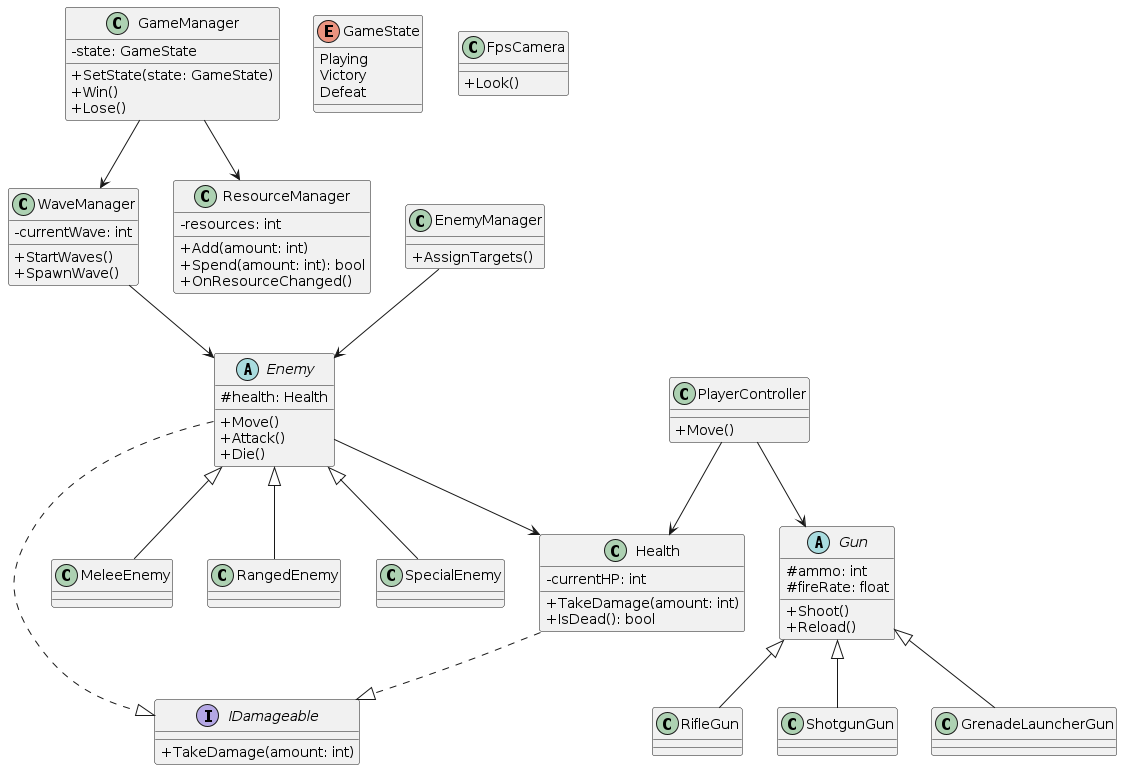
Above: docs/uml-visual/class-diagram-visual.png in Balde01/LastOutpost (PlantUML), before the change. The source it was exported from:
```plantuml
@startuml
skinparam classAttributeIconSize 0


class GameManager {
  - state: GameState
  + SetState(state: GameState)
  + Win()
  + Lose()
}

enum GameState {
  Playing
  Victory
  Defeat
}

class WaveManager {
  - currentWave: int
  + StartWaves()
  + SpawnWave()
}

class EnemyManager {
  + AssignTargets()
}

class ResourceManager {
  - resources: int
  + Add(amount: int)
  + Spend(amount: int): bool
  + OnResourceChanged()
}


class PlayerController {
  + Move()
}

class FpsCamera {
  + Look()
}

class Health {
  - currentHP: int
  + TakeDamage(amount: int)
  + IsDead(): bool
}

interface IDamageable {
  + TakeDamage(amount: int)
}


abstract class Gun {
  # ammo: int
  # fireRate: float
  + Shoot()
  + Reload()
}

class RifleGun
class ShotgunGun
class GrenadeLauncherGun

Gun <|-- RifleGun
Gun <|-- ShotgunGun
Gun <|-- GrenadeLauncherGun


abstract class Enemy {
  # health: Health
  + Move()
  + Attack()
  + Die()
}

class MeleeEnemy
class RangedEnemy
class SpecialEnemy

Enemy <|-- MeleeEnemy
Enemy <|-- RangedEnemy
Enemy <|-- SpecialEnemy

Enemy ..|> IDamageable
Health ..|> IDamageable


GameManager --> WaveManager
GameManager --> ResourceManager
WaveManager --> Enemy
EnemyManager --> Enemy
PlayerController --> Gun
Enemy --> Health
PlayerController --> Health
@enduml
```
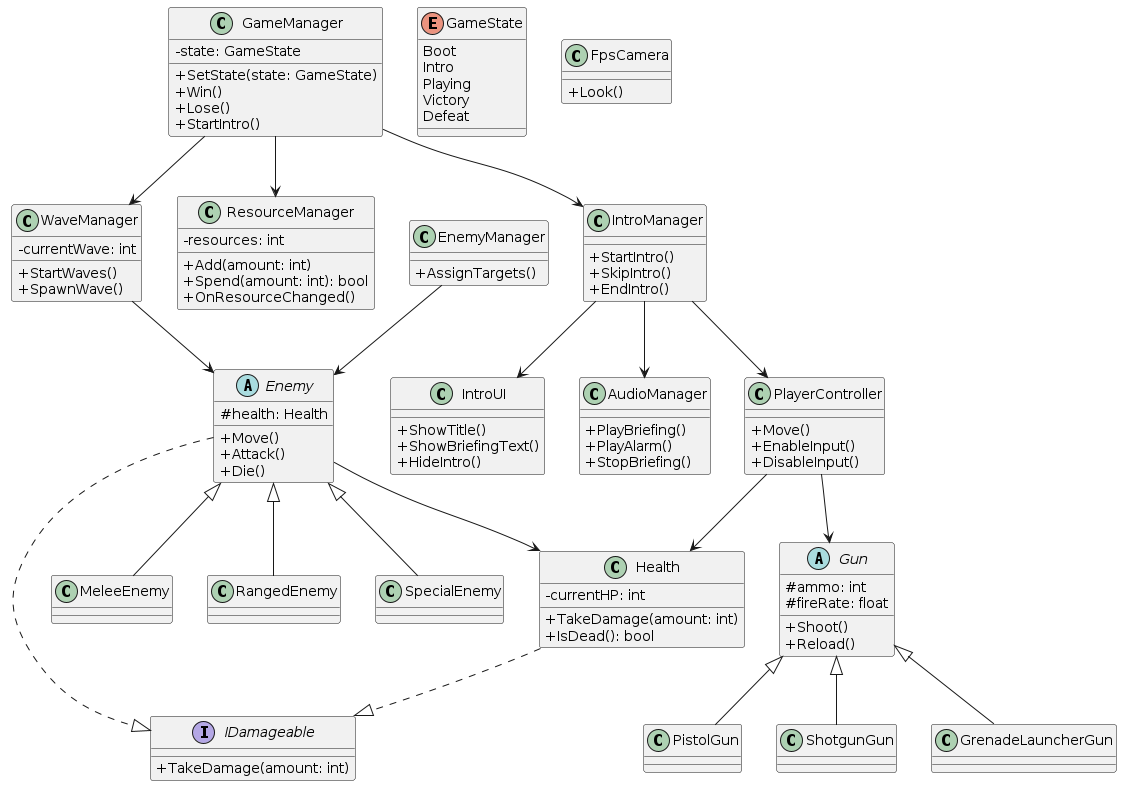
Later version of the same file.

Commit message:
docs(intro): model intro flow with UML and narrative documentation

The edit, as a diff of the source:
```diff
@@ -7,9 +7,12 @@
   + SetState(state: GameState)
   + Win()
   + Lose()
+  + StartIntro()
 }
 
 enum GameState {
+  Boot
+  Intro
   Playing
   Victory
   Defeat
@@ -32,9 +35,29 @@
   + OnResourceChanged()
 }
 
+class IntroManager {
+  + StartIntro()
+  + SkipIntro()
+  + EndIntro()
+}
+
+class IntroUI {
+  + ShowTitle()
+  + ShowBriefingText()
+  + HideIntro()
+}
+
+class AudioManager {
+  + PlayBriefing()
+  + PlayAlarm()
+  + StopBriefing()
+}
+
 
 class PlayerController {
   + Move()
+  + EnableInput()
+  + DisableInput()
 }
 
 class FpsCamera {
@@ -59,11 +82,11 @@
   + Reload()
 }
 
-class RifleGun
+class PistolGun
 class ShotgunGun
 class GrenadeLauncherGun
 
-Gun <|-- RifleGun
+Gun <|-- PistolGun
 Gun <|-- ShotgunGun
 Gun <|-- GrenadeLauncherGun
 
@@ -89,6 +112,11 @@
 
 GameManager --> WaveManager
 GameManager --> ResourceManager
+GameManager --> IntroManager
+IntroManager --> IntroUI
+IntroManager --> AudioManager
+IntroManager --> PlayerController
+
 WaveManager --> Enemy
 EnemyManager --> Enemy
 PlayerController --> Gun
```
